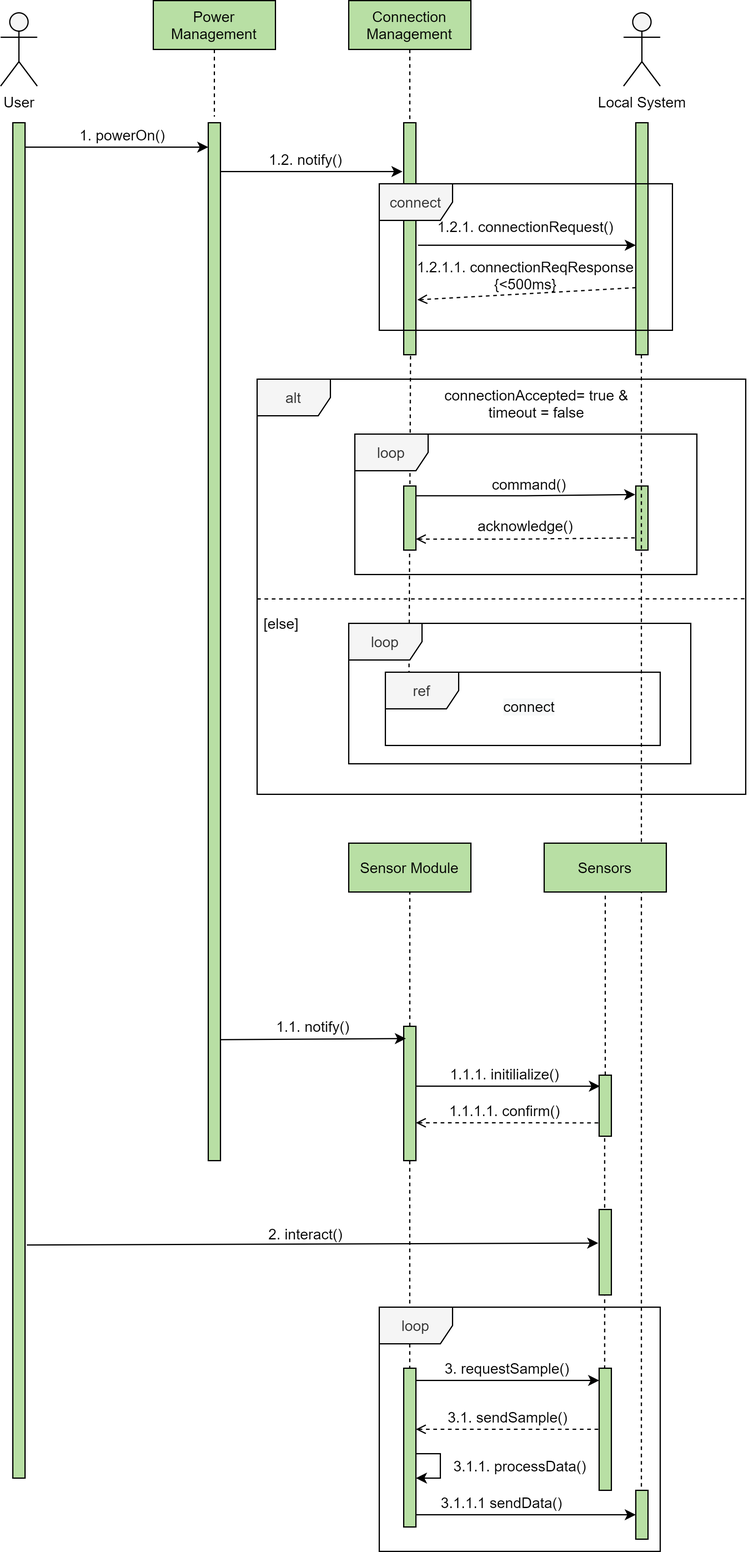
esrg-silent-howl/zephyrus keeps this draw.io diagram as 2. Analysis/5. System Analysis/Remote/Sequence/sequence_diagram_remote.png. Above is the earlier version. Source tidied: cells renumbered, new cells last; positions are measured from the earlier drawing's top-left corner, leaving out a move shared by most shapes.
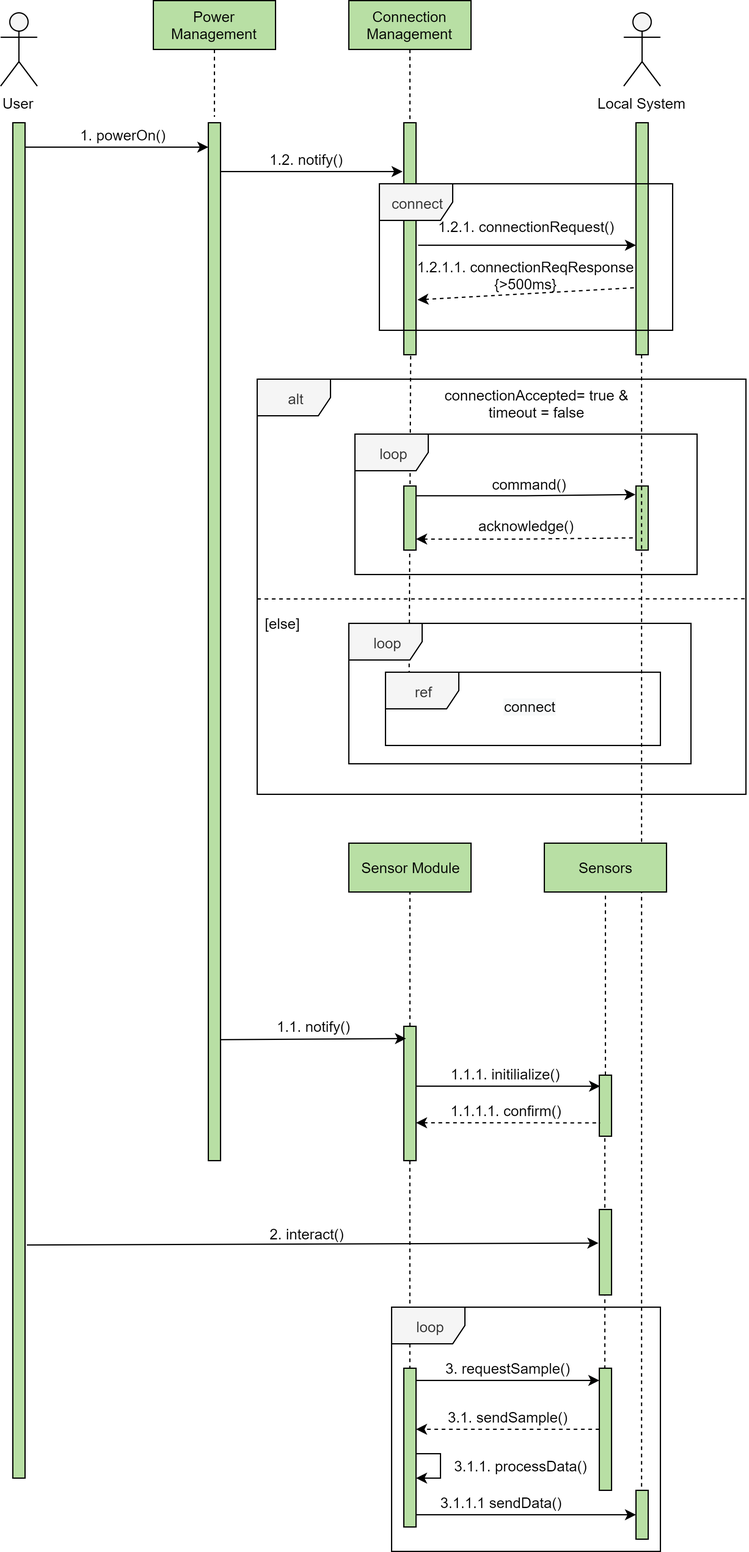
Above is the later version.

Commit message:
FIX: Remote Sequence Diagram

Diff of the diagram source:
```diff
@@ -12,7 +12,7 @@
       <mxGeometry relative="1" as="geometry" />
     </mxCell>
     <mxCell id="5" value="loop" style="shape=umlFrame;whiteSpace=wrap;html=1;fillColor=#f5f5f5;fontColor=#333333;" parent="1" vertex="1">
-      <mxGeometry x="310" y="1070" width="230" height="200" as="geometry" />
+      <mxGeometry x="320" y="1070" width="220" height="200" as="geometry" />
     </mxCell>
     <mxCell id="6" value="alt" style="shape=umlFrame;whiteSpace=wrap;html=1;fillColor=#f5f5f5;fontColor=#333333;" parent="1" vertex="1">
       <mxGeometry x="210" y="310" width="400" height="340" as="geometry" />
@@ -79,7 +79,7 @@
     <mxCell id="25" value="Local System" style="shape=umlActor;verticalLabelPosition=bottom;verticalAlign=top;html=1;fillColor=#F5F5F5;" parent="1" vertex="1">
       <mxGeometry x="510" y="10" width="30" height="60" as="geometry" />
     </mxCell>
-    <mxCell id="26" value="1.2.1.1. connectionReqResponse&lt;br&gt;{&amp;lt;500ms}" style="text;html=1;strokeColor=none;fillColor=none;align=center;verticalAlign=middle;whiteSpace=wrap;rounded=0;" parent="1" vertex="1">
+    <mxCell id="26" value="1.2.1.1. connectionReqResponse&lt;br&gt;{&amp;gt;500ms}" style="text;html=1;strokeColor=none;fillColor=none;align=center;verticalAlign=middle;whiteSpace=wrap;rounded=0;" parent="1" vertex="1">
       <mxGeometry x="340" y="215" width="180" height="20" as="geometry" />
     </mxCell>
     <mxCell id="27" style="perimeter=orthogonalPerimeter;rounded=0;shadow=0;strokeWidth=1;fillColor=#B8DFA4;" parent="1" vertex="1">
@@ -104,7 +104,7 @@
     <mxCell id="31" value="command()" style="text;html=1;strokeColor=none;fillColor=none;align=center;verticalAlign=middle;whiteSpace=wrap;rounded=0;" parent="1" vertex="1">
       <mxGeometry x="352.5" y="386" width="160" height="20" as="geometry" />
     </mxCell>
-    <mxCell id="32" style="rounded=0;orthogonalLoop=1;jettySize=auto;html=1;endArrow=none;endFill=0;entryX=0.014;entryY=0.416;entryDx=0;entryDy=0;entryPerimeter=0;startArrow=open;startFill=0;dashed=1;" parent="1" edge="1">
+    <mxCell id="32" style="rounded=0;orthogonalLoop=1;jettySize=auto;html=1;endArrow=none;endFill=0;entryX=0.014;entryY=0.416;entryDx=0;entryDy=0;entryPerimeter=0;startArrow=classic;startFill=1;dashed=1;" parent="1" edge="1">
       <mxGeometry relative="1" as="geometry">
         <mxPoint x="340" y="441" as="sourcePoint" />
         <mxPoint x="519.1" y="440" as="targetPoint" />
@@ -128,7 +128,7 @@
     <mxCell id="35" value="[else]" style="text;html=1;strokeColor=none;fillColor=none;align=center;verticalAlign=middle;whiteSpace=wrap;rounded=0;" parent="1" vertex="1">
       <mxGeometry x="210" y="500" width="40" height="20" as="geometry" />
     </mxCell>
-    <mxCell id="36" style="endArrow=none;dashed=1;html=1;entryX=-0.014;entryY=0.632;entryDx=0;entryDy=0;entryPerimeter=0;endFill=0;startArrow=open;startFill=0;" parent="1" edge="1">
+    <mxCell id="36" style="endArrow=none;dashed=1;html=1;entryX=-0.014;entryY=0.632;entryDx=0;entryDy=0;entryPerimeter=0;endFill=0;startArrow=classic;startFill=1;" parent="1" edge="1">
       <mxGeometry relative="1" as="geometry">
         <mxPoint x="341.1" y="245" as="sourcePoint" />
         <mxPoint x="520" y="235.1" as="targetPoint" />
@@ -176,7 +176,7 @@
     <mxCell id="48" value="1.1.1. initilialize()" style="text;html=1;strokeColor=none;fillColor=none;align=center;verticalAlign=middle;whiteSpace=wrap;rounded=0;" parent="1" vertex="1">
       <mxGeometry x="352.5" y="869" width="120" height="20" as="geometry" />
     </mxCell>
-    <mxCell id="49" style="endArrow=none;html=1;entryX=0.067;entryY=0.462;entryDx=0;entryDy=0;entryPerimeter=0;dashed=1;endFill=0;startArrow=open;startFill=0;" parent="1" edge="1">
+    <mxCell id="49" style="endArrow=none;html=1;entryX=0.067;entryY=0.462;entryDx=0;entryDy=0;entryPerimeter=0;dashed=1;endFill=0;startArrow=classic;startFill=1;" parent="1" edge="1">
       <mxGeometry relative="1" as="geometry">
         <mxPoint x="340" y="919" as="sourcePoint" />
         <mxPoint x="490.7" y="919.1" as="targetPoint" />
@@ -206,9 +206,9 @@
     <mxCell id="56" value="3. requestSample()" style="text;html=1;strokeColor=none;fillColor=none;align=center;verticalAlign=middle;whiteSpace=wrap;rounded=0;" parent="1" vertex="1">
       <mxGeometry x="355" y="1110" width="120" height="20" as="geometry" />
     </mxCell>
-    <mxCell id="57" style="endArrow=none;html=1;dashed=1;startArrow=open;startFill=0;endFill=0;" parent="1" edge="1" source="53">
+    <mxCell id="57" style="endArrow=classic;html=1;dashed=1;" parent="1" edge="1" target="53">
       <mxGeometry relative="1" as="geometry">
-        <mxPoint x="490" y="1170" as="targetPoint" />
+        <mxPoint x="490" y="1170" as="sourcePoint" />
       </mxGeometry>
     </mxCell>
     <mxCell id="58" value="3.1. sendSample()" style="text;html=1;strokeColor=none;fillColor=none;align=center;verticalAlign=middle;whiteSpace=wrap;rounded=0;" parent="1" vertex="1">
```
